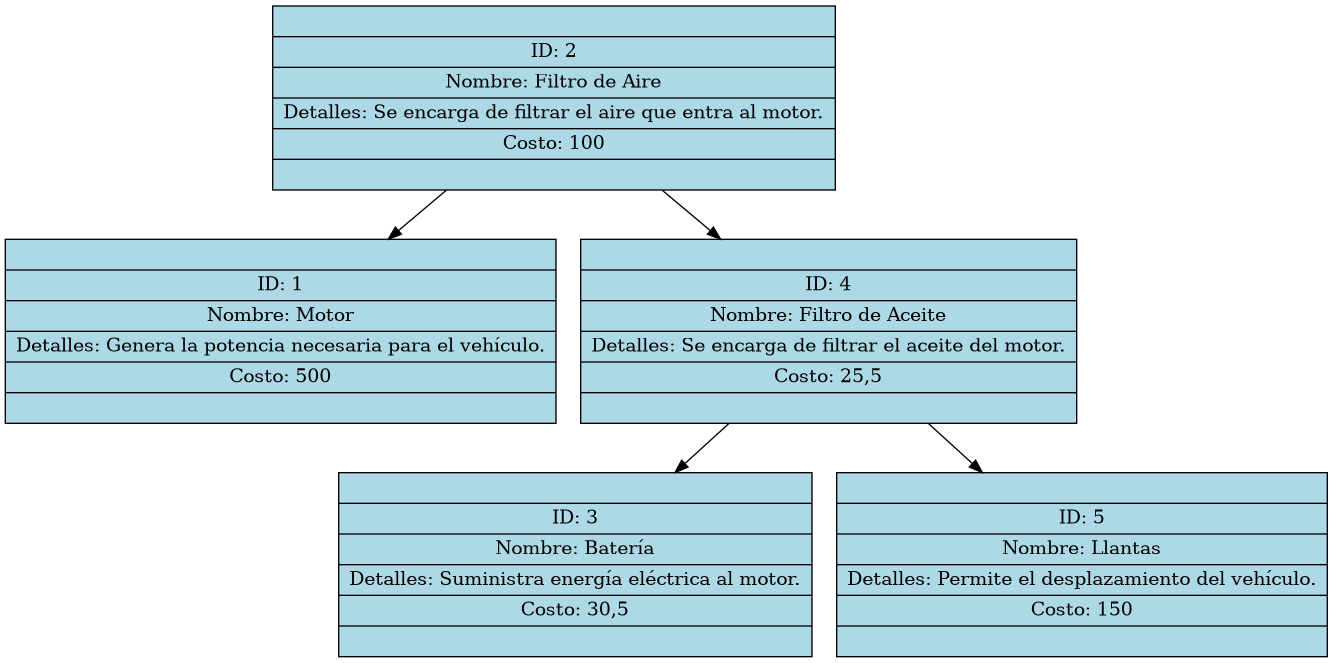
The Graphviz diagram Fase_2/AutoGestPro/AutoGestPro/Reports/repuestos_0.png in Santiago78op/EDD_1S2025_201905884, before a commit. Its source is kept beside it as Fase_2/AutoGestPro/AutoGestPro/Reports/repuestos_0.dot.
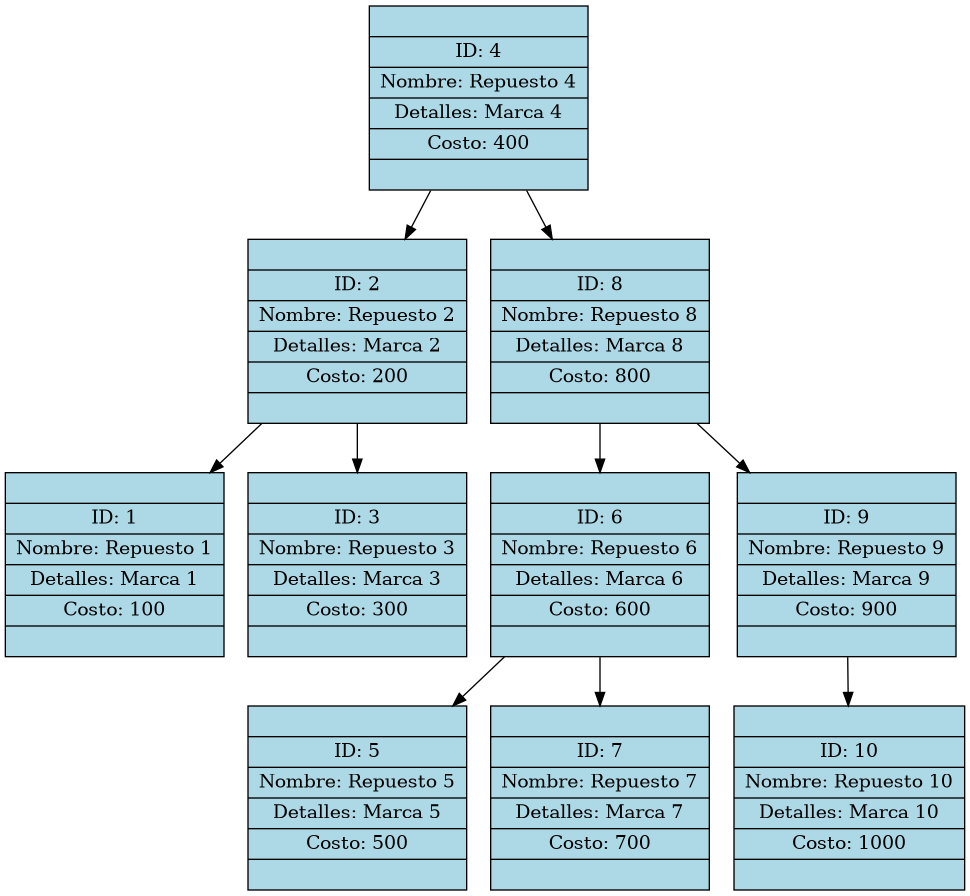
Above is the later version.

Diff of the diagram source:
```diff
@@ -1,12 +1,22 @@
 digraph Repuestos {
 node [shape=record, style=filled, fillcolor=lightblue];
-R2 [label="{<izq> | ID: 2 | Nombre: Filtro de Aire | Detalles: Se encarga de filtrar el aire que entra al motor. |Costo: 100 | <der>}"]
+R4 [label="{<izq> | ID: 4 | Nombre: Repuesto 4 | Detalles: Marca 4 |Costo: 400 | <der>}"]
+R4 -> R2
+R2 [label="{<izq> | ID: 2 | Nombre: Repuesto 2 | Detalles: Marca 2 |Costo: 200 | <der>}"]
 R2 -> R1
-R1 [label="{<izq> | ID: 1 | Nombre: Motor | Detalles: Genera la potencia necesaria para el vehículo. |Costo: 500 | <der>}"]
-R2 -> R4
-R4 [label="{<izq> | ID: 4 | Nombre: Filtro de Aceite | Detalles: Se encarga de filtrar el aceite del motor. |Costo: 25,5 | <der>}"]
-R4 -> R3
-R3 [label="{<izq> | ID: 3 | Nombre: Batería | Detalles: Suministra energía eléctrica al motor. |Costo: 30,5 | <der>}"]
-R4 -> R5
-R5 [label="{<izq> | ID: 5 | Nombre: Llantas | Detalles: Permite el desplazamiento del vehículo. |Costo: 150 | <der>}"]
+R1 [label="{<izq> | ID: 1 | Nombre: Repuesto 1 | Detalles: Marca 1 |Costo: 100 | <der>}"]
+R2 -> R3
+R3 [label="{<izq> | ID: 3 | Nombre: Repuesto 3 | Detalles: Marca 3 |Costo: 300 | <der>}"]
+R4 -> R8
+R8 [label="{<izq> | ID: 8 | Nombre: Repuesto 8 | Detalles: Marca 8 |Costo: 800 | <der>}"]
+R8 -> R6
+R6 [label="{<izq> | ID: 6 | Nombre: Repuesto 6 | Detalles: Marca 6 |Costo: 600 | <der>}"]
+R6 -> R5
+R5 [label="{<izq> | ID: 5 | Nombre: Repuesto 5 | Detalles: Marca 5 |Costo: 500 | <der>}"]
+R6 -> R7
+R7 [label="{<izq> | ID: 7 | Nombre: Repuesto 7 | Detalles: Marca 7 |Costo: 700 | <der>}"]
+R8 -> R9
+R9 [label="{<izq> | ID: 9 | Nombre: Repuesto 9 | Detalles: Marca 9 |Costo: 900 | <der>}"]
+R9 -> R10
+R10 [label="{<izq> | ID: 10 | Nombre: Repuesto 10 | Detalles: Marca 10 |Costo: 1000 | <der>}"]
 }
```
